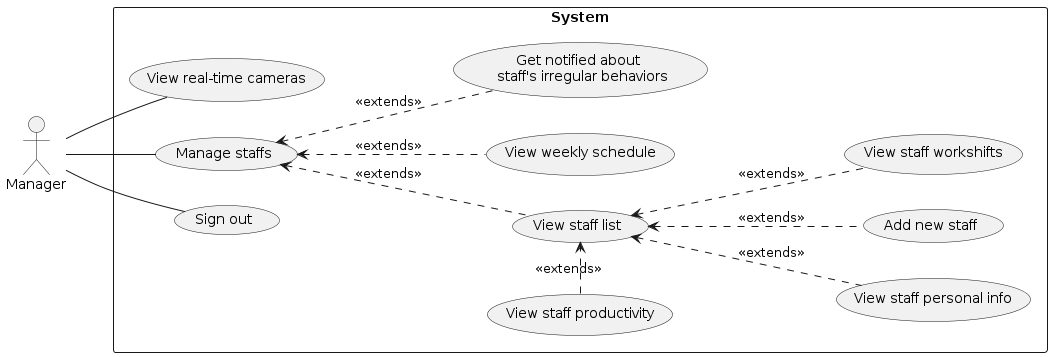
The PlantUML diagram docs/UML/Usecase Diagrams/manager.png in LapTQ/MCT, before a commit. Source of this version:
```plantuml
@startuml
left to right direction

:Manager: as Manager

rectangle System {
    (View real-time cameras) as (UC03)
    (Manage staffs) as (UC04)
    (Sign out) as (UC02)
            (View staff personal info) as (UC07)
        (View staff list) as UC10
        (View weekly schedule) as (UC06)
        (Get notified about \n staff's irregular behaviors) as (UC05)
        (Add new staff) as UC11
            (View staff productivity) as UC12
            (View staff workshifts) as (UC08)



}

Manager -- UC02
Manager -- UC03
Manager -down- UC04
UC04 <.down. UC05 : <<extends>>
UC04 <.down. UC06 : <<extends>>
UC04 <.down. UC10 : <<extends>>
UC06 -[hidden]l- UC10
UC05 -[hidden]l- UC06
UC10 <.down. UC08 : <<extends>>
UC10 <.down. UC07 : <<extends>>
UC10 <.down. UC11: <<extends>>
UC10 <.left. UC12: <<extends>>

@enduml
```
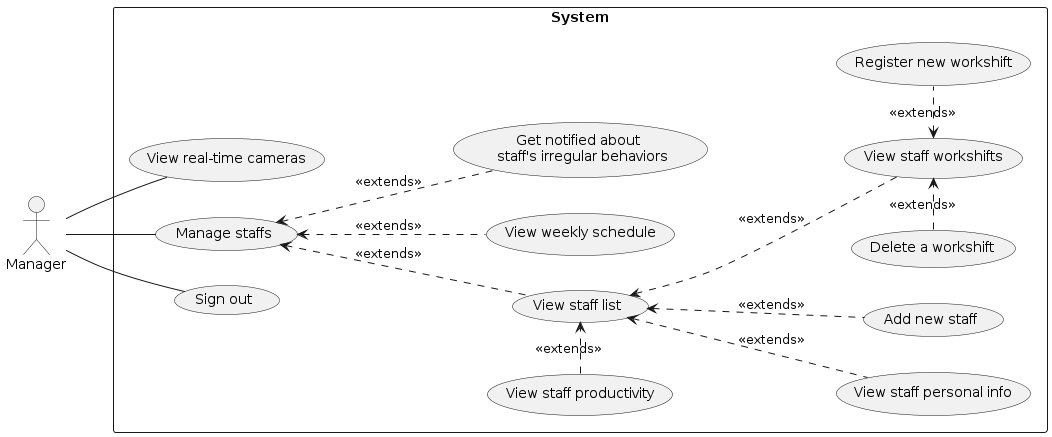
After the change.

Change to the diagram source:
```diff
@@ -13,7 +13,9 @@
         (Get notified about \n staff's irregular behaviors) as (UC05)
         (Add new staff) as UC11
             (View staff productivity) as UC12
+            (Delete a workshift) as (UC15)
             (View staff workshifts) as (UC08)
+            (Register new workshift) as (UC14)
 
 
 
@@ -27,9 +29,12 @@
 UC04 <.down. UC10 : <<extends>>
 UC06 -[hidden]l- UC10
 UC05 -[hidden]l- UC06
+UC05 -[hidden]d- UC08
 UC10 <.down. UC08 : <<extends>>
 UC10 <.down. UC07 : <<extends>>
 UC10 <.down. UC11: <<extends>>
 UC10 <.left. UC12: <<extends>>
+UC08 <.right. UC14: <<extends>>
+UC08 <.left. UC15: <<extends>>
 
 @enduml
```
